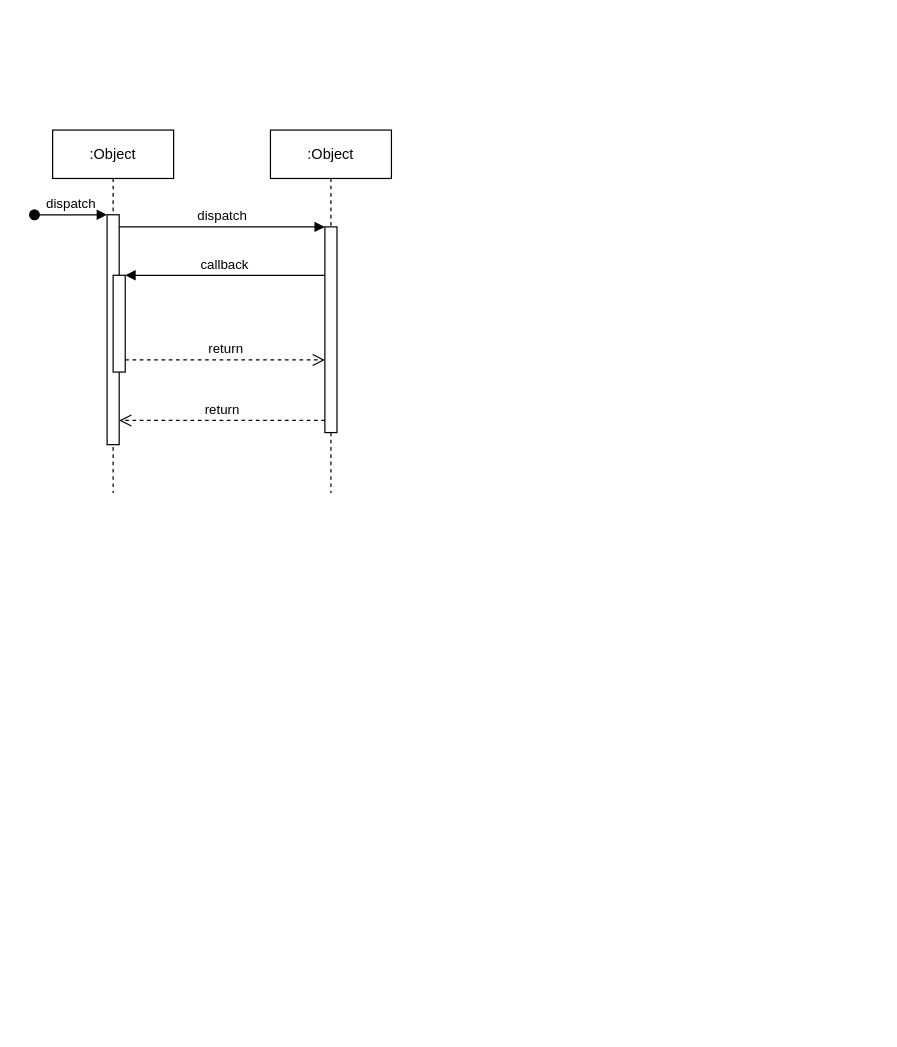
TrienChill/tieuluantkw keeps this draw.io diagram as Untitled Diagram.drawio. Above is the earlier version. Source tidied: cells renumbered, new cells numbered last; positions are measured from the earlier drawing's top-left corner, leaving out a move shared by most shapes. Both pictures are drawn from the tidied source at 121%, with x=0, y=0 at pixel (34, 129).
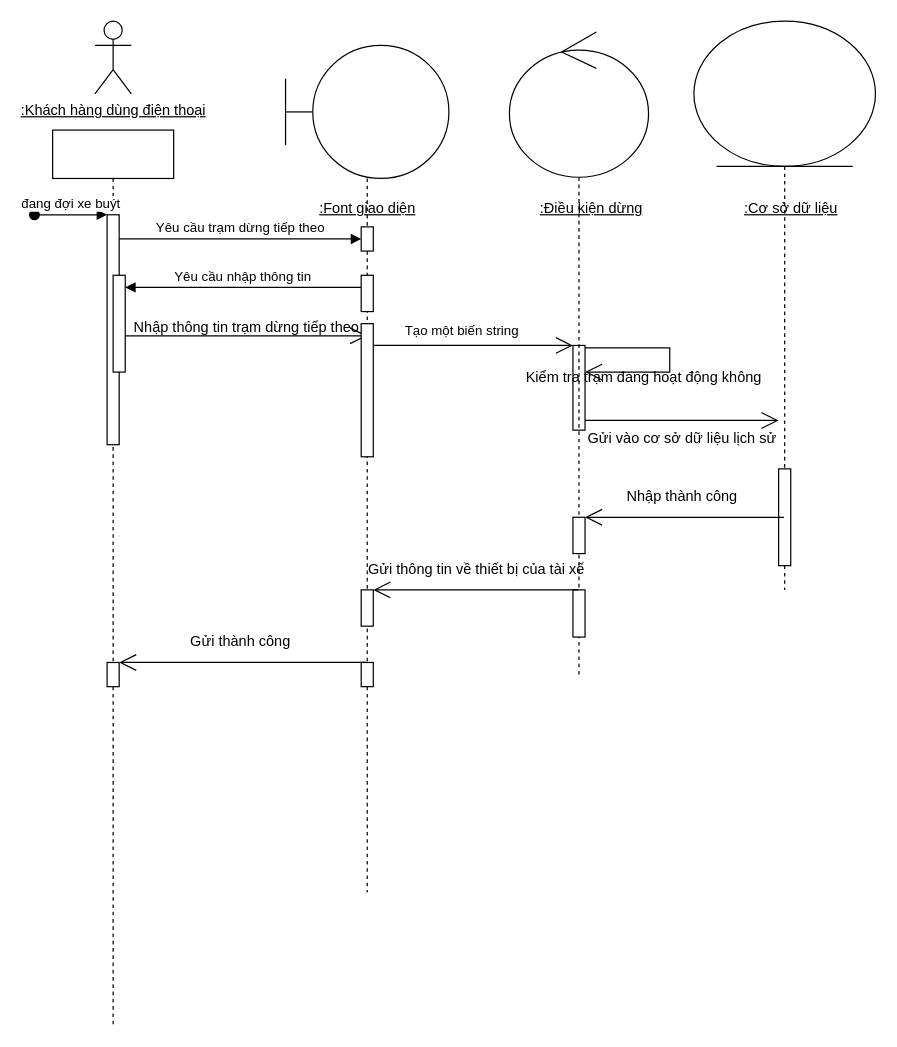
The same page after the edit.

Unchanged cells that the change refers to:
```xml
<mxCell id="3" style="html=1;points=[];perimeter=orthogonalPerimeter;outlineConnect=0;targetShapes=umlLifeline;portConstraint=eastwest;newEdgeStyle={&quot;edgeStyle&quot;:&quot;elbowEdgeStyle&quot;,&quot;elbow&quot;:&quot;vertical&quot;,&quot;curved&quot;:0,&quot;rounded&quot;:0};" parent="2" vertex="1">
  <mxGeometry x="45" y="70" width="10" height="190" as="geometry" />
</mxCell>
<mxCell id="5" style="html=1;points=[];perimeter=orthogonalPerimeter;outlineConnect=0;targetShapes=umlLifeline;portConstraint=eastwest;newEdgeStyle={&quot;edgeStyle&quot;:&quot;elbowEdgeStyle&quot;,&quot;elbow&quot;:&quot;vertical&quot;,&quot;curved&quot;:0,&quot;rounded&quot;:0};" parent="2" vertex="1">
  <mxGeometry x="50" y="120" width="10" height="80" as="geometry" />
</mxCell>
```

The edit, as a diff of the source:
```diff
@@
-    <mxCell id="2" value=":Object" style="shape=umlLifeline;perimeter=lifelinePerimeter;whiteSpace=wrap;html=1;newEdgeStyle={&quot;edgeStyle&quot;:&quot;elbowEdgeStyle&quot;,&quot;elbow&quot;:&quot;vertical&quot;,&quot;curved&quot;:0,&quot;rounded&quot;:0};" parent="1" vertex="1">
-      <mxGeometry x="15" width="100" height="300" as="geometry" />
+    <mxCell id="2" style="shape=umlLifeline;perimeter=lifelinePerimeter;whiteSpace=wrap;html=1;newEdgeStyle={&quot;edgeStyle&quot;:&quot;elbowEdgeStyle&quot;,&quot;elbow&quot;:&quot;vertical&quot;,&quot;curved&quot;:0,&quot;rounded&quot;:0};" parent="1" vertex="1">
+      <mxGeometry x="15" width="100" height="740" as="geometry" />
     </mxCell>
@@
-    <mxCell id="4" value="dispatch" style="html=1;verticalAlign=bottom;startArrow=oval;endArrow=block;startSize=8;edgeStyle=elbowEdgeStyle;elbow=vertical;curved=0;rounded=0;" parent="2" edge="1" target="3">
+    <mxCell id="4" value="đang đợi xe buýt" style="html=1;verticalAlign=bottom;startArrow=oval;endArrow=block;startSize=8;edgeStyle=elbowEdgeStyle;elbow=vertical;curved=0;rounded=0;" parent="2" edge="1" target="3">
       <mxGeometry relative="1" as="geometry">
         <mxPoint x="-15" y="70" as="sourcePoint" />
       </mxGeometry>
     </mxCell>
@@
-    <mxCell id="6" value=":Object" style="shape=umlLifeline;perimeter=lifelinePerimeter;whiteSpace=wrap;html=1;newEdgeStyle={&quot;edgeStyle&quot;:&quot;elbowEdgeStyle&quot;,&quot;elbow&quot;:&quot;vertical&quot;,&quot;curved&quot;:0,&quot;rounded&quot;:0};" parent="1" vertex="1">
-      <mxGeometry x="195" width="100" height="300" as="geometry" />
-    </mxCell>
-    <mxCell id="7" style="html=1;points=[];perimeter=orthogonalPerimeter;outlineConnect=0;targetShapes=umlLifeline;portConstraint=eastwest;newEdgeStyle={&quot;edgeStyle&quot;:&quot;elbowEdgeStyle&quot;,&quot;elbow&quot;:&quot;vertical&quot;,&quot;curved&quot;:0,&quot;rounded&quot;:0};" parent="6" vertex="1">
-      <mxGeometry x="45" y="80" width="10" height="170" as="geometry" />
-    </mxCell>
+    <mxCell id="12" style="html=1;points=[];perimeter=orthogonalPerimeter;outlineConnect=0;targetShapes=umlLifeline;portConstraint=eastwest;newEdgeStyle={&quot;edgeStyle&quot;:&quot;elbowEdgeStyle&quot;,&quot;elbow&quot;:&quot;vertical&quot;,&quot;curved&quot;:0,&quot;rounded&quot;:0};" parent="2" vertex="1">
+      <mxGeometry x="45" y="440" width="10" height="20" as="geometry" />
+    </mxCell>
-    <mxCell id="8" value="dispatch" style="html=1;verticalAlign=bottom;endArrow=block;edgeStyle=elbowEdgeStyle;elbow=vertical;curved=0;rounded=0;" parent="1" edge="1" source="3" target="7">
+    <mxCell id="8" value="Yêu cầu trạm dừng tiếp theo" style="html=1;verticalAlign=bottom;endArrow=block;edgeStyle=elbowEdgeStyle;elbow=vertical;curved=0;rounded=0;" parent="1" edge="1" source="3">
       <mxGeometry relative="1" as="geometry">
+        <mxPoint x="270" y="90" as="targetPoint" />
         <Array as="points">
-          <mxPoint x="155" y="80" />
+          <mxPoint x="85" y="90" />
         </Array>
       </mxGeometry>
     </mxCell>
-    <mxCell id="9" value="return" style="html=1;verticalAlign=bottom;endArrow=open;dashed=1;endSize=8;edgeStyle=elbowEdgeStyle;elbow=vertical;curved=0;rounded=0;" parent="1" edge="1" source="7" target="3">
-      <mxGeometry relative="1" as="geometry">
-        <Array as="points">
-          <mxPoint x="165" y="240" />
-        </Array>
-      </mxGeometry>
-    </mxCell>
-    <mxCell id="10" value="callback" style="html=1;verticalAlign=bottom;endArrow=block;edgeStyle=elbowEdgeStyle;elbow=vertical;curved=0;rounded=0;" parent="1" edge="1" source="7" target="5">
+    <mxCell id="10" value="Yêu cầu nhập thông tin" style="html=1;verticalAlign=bottom;endArrow=block;edgeStyle=elbowEdgeStyle;elbow=vertical;curved=0;rounded=0;" parent="1" edge="1" target="5">
       <mxGeometry relative="1" as="geometry">
+        <mxPoint x="270" y="130" as="sourcePoint" />
         <Array as="points">
-          <mxPoint x="165" y="120" />
+          <mxPoint x="95" y="130" />
         </Array>
       </mxGeometry>
     </mxCell>
-    <mxCell id="11" value="return" style="html=1;verticalAlign=bottom;endArrow=open;dashed=1;endSize=8;edgeStyle=elbowEdgeStyle;elbow=vertical;curved=0;rounded=0;" parent="1" edge="1" source="5" target="7">
-      <mxGeometry relative="1" as="geometry">
-        <Array as="points">
-          <mxPoint x="155" y="190" />
-        </Array>
-      </mxGeometry>
-    </mxCell>
+    <mxCell id="13" value="&lt;u&gt;:Khách hàng dùng điện thoại&lt;/u&gt;" style="shape=umlActor;verticalLabelPosition=bottom;verticalAlign=top;html=1;" parent="1" vertex="1">
+      <mxGeometry x="50" y="-90" width="30" height="60" as="geometry" />
+    </mxCell>
+    <mxCell id="14" style="html=1;points=[];perimeter=orthogonalPerimeter;outlineConnect=0;targetShapes=umlLifeline;portConstraint=eastwest;newEdgeStyle={&quot;edgeStyle&quot;:&quot;elbowEdgeStyle&quot;,&quot;elbow&quot;:&quot;vertical&quot;,&quot;curved&quot;:0,&quot;rounded&quot;:0};" parent="1" vertex="1">
+      <mxGeometry x="445" y="178" width="10" height="70" as="geometry" />
+    </mxCell>
+    <mxCell id="15" style="endArrow=open;endFill=1;endSize=12;html=1;rounded=0;" parent="1" edge="1" source="5">
+      <mxGeometry relative="1" as="geometry">
+        <mxPoint x="275" y="170" as="targetPoint" />
+      </mxGeometry>
+    </mxCell>
+    <mxCell id="16" value="Nhập thông tin trạm dừng tiếp theo" style="text;html=1;align=center;verticalAlign=middle;strokeColor=none;fillColor=none;" parent="1" vertex="1">
+      <mxGeometry x="70" y="148" width="210" height="30" as="geometry" />
+    </mxCell>
+    <mxCell id="17" style="endArrow=open;endFill=1;endSize=12;html=1;rounded=0;" parent="1" edge="1" target="14">
+      <mxGeometry relative="1" as="geometry">
+        <mxPoint x="280" y="178" as="sourcePoint" />
+      </mxGeometry>
+    </mxCell>
+    <mxCell id="18" value="Tạo một biến string" style="edgeLabel;html=1;align=center;verticalAlign=middle;" parent="17" vertex="1">
+      <mxGeometry x="-0.13" y="-2" relative="1" as="geometry">
+        <mxPoint y="-15" as="offset" />
+      </mxGeometry>
+    </mxCell>
+    <mxCell id="19" style="endArrow=open;endFill=1;endSize=12;html=1;rounded=0;" parent="1" edge="1" source="14" target="14">
+      <mxGeometry relative="1" as="geometry">
+        <Array as="points">
+          <mxPoint x="525" y="180" />
+          <mxPoint x="525" y="200" />
+        </Array>
+      </mxGeometry>
+    </mxCell>
+    <mxCell id="20" value="Kiểm tra trạm đang hoạt động không&amp;nbsp;" style="text;html=1;align=center;verticalAlign=middle;strokeColor=none;fillColor=none;" parent="1" vertex="1">
+      <mxGeometry x="395" y="190" width="220" height="30" as="geometry" />
+    </mxCell>
+    <mxCell id="21" value="&lt;u&gt;:Font giao diện&lt;/u&gt;" style="text;html=1;align=center;verticalAlign=middle;strokeColor=none;fillColor=none;" parent="1" vertex="1">
+      <mxGeometry x="225" y="50" width="100" height="30" as="geometry" />
+    </mxCell>
+    <mxCell id="22" value="&lt;u&gt;:Điều kiện dừng&lt;/u&gt;" style="text;html=1;align=center;verticalAlign=middle;strokeColor=none;fillColor=none;" parent="1" vertex="1">
+      <mxGeometry x="405" y="50" width="110" height="30" as="geometry" />
+    </mxCell>
+    <mxCell id="23" value="&lt;u&gt;:Cơ sở dữ liệu&lt;/u&gt;" style="text;html=1;align=center;verticalAlign=middle;strokeColor=none;fillColor=none;" parent="1" vertex="1">
+      <mxGeometry x="575" y="50" width="100" height="30" as="geometry" />
+    </mxCell>
+    <mxCell id="24" style="shape=umlLifeline;perimeter=lifelinePerimeter;whiteSpace=wrap;html=1;outlineConnect=0;portConstraint=eastwest;newEdgeStyle={&quot;edgeStyle&quot;:&quot;elbowEdgeStyle&quot;,&quot;elbow&quot;:&quot;vertical&quot;,&quot;curved&quot;:0,&quot;rounded&quot;:0};participant=umlEntity;size=120;" parent="1" vertex="1">
+      <mxGeometry x="545" y="-90" width="150" height="470" as="geometry" />
+    </mxCell>
+    <mxCell id="25" style="html=1;perimeter=orthogonalPerimeter;targetShapes=umlLifeline;newEdgeStyle={&quot;edgeStyle&quot;:&quot;elbowEdgeStyle&quot;,&quot;elbow&quot;:&quot;vertical&quot;,&quot;curved&quot;:0,&quot;rounded&quot;:0};" parent="24" vertex="1">
+      <mxGeometry x="70" y="370" width="10" height="80" as="geometry" />
+    </mxCell>
+    <mxCell id="26" style="shape=umlLifeline;perimeter=lifelinePerimeter;whiteSpace=wrap;html=1;outlineConnect=0;portConstraint=eastwest;newEdgeStyle={&quot;edgeStyle&quot;:&quot;elbowEdgeStyle&quot;,&quot;elbow&quot;:&quot;vertical&quot;,&quot;curved&quot;:0,&quot;rounded&quot;:0};participant=umlControl;size=120;" parent="1" vertex="1">
+      <mxGeometry x="392.5" y="-81" width="115" height="531" as="geometry" />
+    </mxCell>
+    <mxCell id="27" style="html=1;points=[];perimeter=orthogonalPerimeter;outlineConnect=0;targetShapes=umlLifeline;portConstraint=eastwest;newEdgeStyle={&quot;edgeStyle&quot;:&quot;elbowEdgeStyle&quot;,&quot;elbow&quot;:&quot;vertical&quot;,&quot;curved&quot;:0,&quot;rounded&quot;:0};" parent="26" vertex="1">
+      <mxGeometry x="52.5" y="401" width="10" height="30" as="geometry" />
+    </mxCell>
+    <mxCell id="28" style="html=1;perimeter=orthogonalPerimeter;targetShapes=umlLifeline;newEdgeStyle={&quot;edgeStyle&quot;:&quot;elbowEdgeStyle&quot;,&quot;elbow&quot;:&quot;vertical&quot;,&quot;curved&quot;:0,&quot;rounded&quot;:0};" parent="26" vertex="1">
+      <mxGeometry x="52.5" y="461" width="10" height="39" as="geometry" />
+    </mxCell>
+    <mxCell id="29" style="shape=umlLifeline;perimeter=lifelinePerimeter;whiteSpace=wrap;html=1;outlineConnect=0;portConstraint=eastwest;newEdgeStyle={&quot;edgeStyle&quot;:&quot;elbowEdgeStyle&quot;,&quot;elbow&quot;:&quot;vertical&quot;,&quot;curved&quot;:0,&quot;rounded&quot;:0};participant=umlBoundary;size=110;" parent="1" vertex="1">
+      <mxGeometry x="207.5" y="-70" width="135" height="700" as="geometry" />
+    </mxCell>
+    <mxCell id="30" style="html=1;perimeter=orthogonalPerimeter;targetShapes=umlLifeline;newEdgeStyle={&quot;edgeStyle&quot;:&quot;elbowEdgeStyle&quot;,&quot;elbow&quot;:&quot;vertical&quot;,&quot;curved&quot;:0,&quot;rounded&quot;:0};" parent="29" vertex="1">
+      <mxGeometry x="62.5" y="150" width="10" height="20" as="geometry" />
+    </mxCell>
+    <mxCell id="31" style="html=1;perimeter=orthogonalPerimeter;targetShapes=umlLifeline;newEdgeStyle={&quot;edgeStyle&quot;:&quot;elbowEdgeStyle&quot;,&quot;elbow&quot;:&quot;vertical&quot;,&quot;curved&quot;:0,&quot;rounded&quot;:0};" parent="29" vertex="1">
+      <mxGeometry x="62.5" y="190" width="10" height="30" as="geometry" />
+    </mxCell>
+    <mxCell id="32" style="html=1;perimeter=orthogonalPerimeter;targetShapes=umlLifeline;newEdgeStyle={&quot;edgeStyle&quot;:&quot;elbowEdgeStyle&quot;,&quot;elbow&quot;:&quot;vertical&quot;,&quot;curved&quot;:0,&quot;rounded&quot;:0};" parent="29" vertex="1">
+      <mxGeometry x="62.5" y="230" width="10" height="110" as="geometry" />
+    </mxCell>
+    <mxCell id="33" style="html=1;points=[];perimeter=orthogonalPerimeter;outlineConnect=0;targetShapes=umlLifeline;portConstraint=eastwest;newEdgeStyle={&quot;edgeStyle&quot;:&quot;elbowEdgeStyle&quot;,&quot;elbow&quot;:&quot;vertical&quot;,&quot;curved&quot;:0,&quot;rounded&quot;:0};" parent="29" vertex="1">
+      <mxGeometry x="62.5" y="450" width="10" height="30" as="geometry" />
+    </mxCell>
+    <mxCell id="34" style="html=1;perimeter=orthogonalPerimeter;targetShapes=umlLifeline;newEdgeStyle={&quot;edgeStyle&quot;:&quot;elbowEdgeStyle&quot;,&quot;elbow&quot;:&quot;vertical&quot;,&quot;curved&quot;:0,&quot;rounded&quot;:0};" parent="29" vertex="1">
+      <mxGeometry x="62.5" y="510" width="10" height="20" as="geometry" />
+    </mxCell>
+    <mxCell id="35" style="endArrow=open;endFill=1;endSize=12;html=1;rounded=0;" parent="1" edge="1">
+      <mxGeometry relative="1" as="geometry">
+        <mxPoint x="455" y="240" as="sourcePoint" />
+        <mxPoint x="615" y="240" as="targetPoint" />
+      </mxGeometry>
+    </mxCell>
+    <mxCell id="36" value="Gửi vào cơ sở dữ liệu lịch sử" style="text;html=1;align=center;verticalAlign=middle;strokeColor=none;fillColor=none;" parent="1" vertex="1">
+      <mxGeometry x="445" y="240" width="180" height="30" as="geometry" />
+    </mxCell>
+    <mxCell id="37" style="endArrow=open;endFill=1;endSize=12;html=1;rounded=0;" parent="1" edge="1" source="24" target="27">
+      <mxGeometry relative="1" as="geometry" />
+    </mxCell>
+    <mxCell id="38" value="Nhập thành công" style="text;html=1;align=center;verticalAlign=middle;strokeColor=none;fillColor=none;" parent="1" vertex="1">
+      <mxGeometry x="480" y="288" width="110" height="30" as="geometry" />
+    </mxCell>
+    <mxCell id="39" style="endArrow=open;endFill=1;endSize=12;html=1;rounded=0;" parent="1" edge="1" source="26" target="33">
+      <mxGeometry relative="1" as="geometry" />
+    </mxCell>
+    <mxCell id="40" value="Gửi thông tin về thiết bị của tài xế" style="text;html=1;align=center;verticalAlign=middle;strokeColor=none;fillColor=none;" parent="1" vertex="1">
+      <mxGeometry x="265" y="348" width="200" height="30" as="geometry" />
+    </mxCell>
+    <mxCell id="41" style="endArrow=open;endFill=1;endSize=12;html=1;rounded=0;" parent="1" edge="1" source="29" target="12">
+      <mxGeometry relative="1" as="geometry" />
+    </mxCell>
+    <mxCell id="42" value="Gửi thành công" style="text;html=1;align=center;verticalAlign=middle;strokeColor=none;fillColor=none;" parent="1" vertex="1">
+      <mxGeometry x="115" y="408" width="110" height="30" as="geometry" />
+    </mxCell>
```
